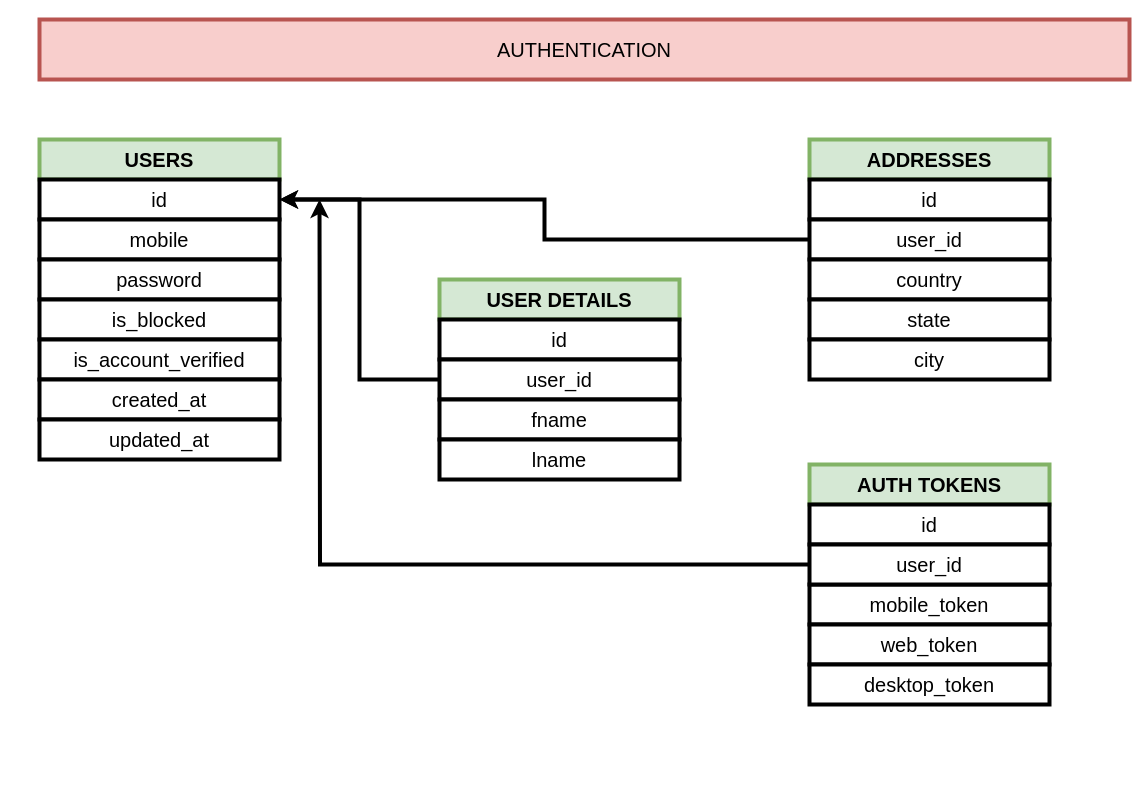
devjayantmalik/chatting-web keeps this draw.io diagram as page "Auth Schema" (1 of 4) of diagrams/chatting.drawio. Above is the earlier version. Source tidied: cells renumbered, new cells numbered last; positions are measured from the earlier drawing's top-left corner, leaving out a move shared by most shapes. Both pictures are drawn from the tidied source at 100%, with x=0, y=0 at pixel (39, 19).
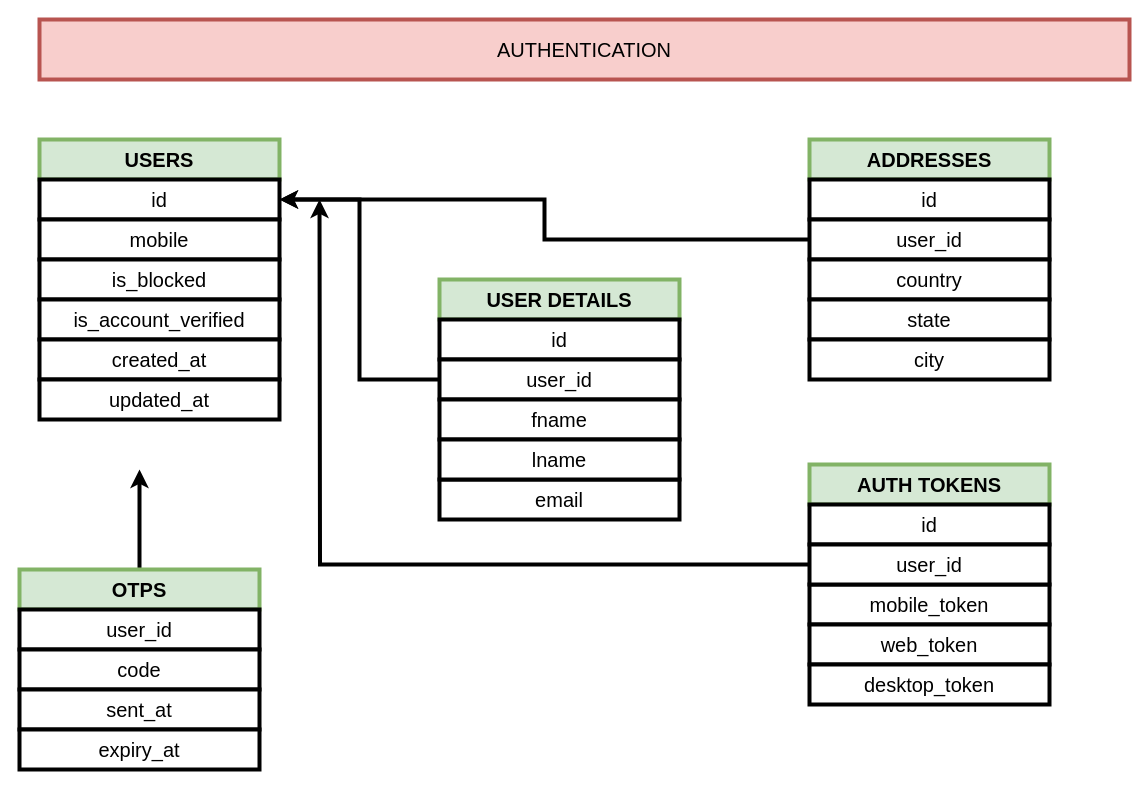
The same page after the edit.

What changed in the source:
```diff
@@
-    <mxCell id="5" value="password" style="rounded=0;whiteSpace=wrap;html=1;strokeWidth=4;fontSize=20;" parent="1" vertex="1">
-      <mxGeometry y="240" width="240" height="40" as="geometry" />
+    <mxCell id="5" value="email" style="rounded=0;whiteSpace=wrap;html=1;strokeWidth=4;fontSize=20;" parent="1" vertex="1">
+      <mxGeometry x="400" y="460" width="240" height="40" as="geometry" />
     </mxCell>
     <mxCell id="6" value="is_blocked" style="rounded=0;whiteSpace=wrap;html=1;strokeWidth=4;fontSize=20;" parent="1" vertex="1">
-      <mxGeometry y="280" width="240" height="40" as="geometry" />
+      <mxGeometry y="240" width="240" height="40" as="geometry" />
     </mxCell>
     <mxCell id="7" value="is_account_verified" style="rounded=0;whiteSpace=wrap;html=1;strokeWidth=4;fontSize=20;" parent="1" vertex="1">
-      <mxGeometry y="320" width="240" height="40" as="geometry" />
+      <mxGeometry y="280" width="240" height="40" as="geometry" />
     </mxCell>
@@
     <mxCell id="14" value="created_at" style="rounded=0;whiteSpace=wrap;html=1;strokeWidth=4;fontSize=20;" parent="1" vertex="1">
-      <mxGeometry y="360" width="240" height="40" as="geometry" />
+      <mxGeometry y="320" width="240" height="40" as="geometry" />
     </mxCell>
     <mxCell id="15" value="updated_at" style="rounded=0;whiteSpace=wrap;html=1;strokeWidth=4;fontSize=20;" parent="1" vertex="1">
-      <mxGeometry y="400" width="240" height="40" as="geometry" />
+      <mxGeometry y="360" width="240" height="40" as="geometry" />
     </mxCell>
@@
+    <mxCell id="31" style="edgeStyle=orthogonalEdgeStyle;rounded=0;jettySize=auto;html=1;strokeWidth=4;fontSize=20;" parent="1" edge="1" source="32">
+      <mxGeometry relative="1" as="geometry">
+        <mxPoint x="100" y="450" as="targetPoint" />
+      </mxGeometry>
+    </mxCell>
+    <mxCell id="32" value="OTPS" style="rounded=0;whiteSpace=wrap;html=1;strokeWidth=4;fillColor=#d5e8d4;strokeColor=#82b366;fontSize=20;fontStyle=1;" parent="1" vertex="1">
+      <mxGeometry x="-20" y="550" width="240" height="40" as="geometry" />
+    </mxCell>
+    <mxCell id="33" value="user_id" style="rounded=0;whiteSpace=wrap;html=1;strokeWidth=4;fontSize=20;" parent="1" vertex="1">
+      <mxGeometry x="-20" y="590" width="240" height="40" as="geometry" />
+    </mxCell>
+    <mxCell id="34" value="code" style="rounded=0;whiteSpace=wrap;html=1;strokeWidth=4;fontSize=20;" parent="1" vertex="1">
+      <mxGeometry x="-20" y="630" width="240" height="40" as="geometry" />
+    </mxCell>
+    <mxCell id="35" value="sent_at" style="rounded=0;whiteSpace=wrap;html=1;strokeWidth=4;fontSize=20;" parent="1" vertex="1">
+      <mxGeometry x="-20" y="670" width="240" height="40" as="geometry" />
+    </mxCell>
+    <mxCell id="36" value="expiry_at" style="rounded=0;whiteSpace=wrap;html=1;strokeWidth=4;fontSize=20;" parent="1" vertex="1">
+      <mxGeometry x="-20" y="710" width="240" height="40" as="geometry" />
+    </mxCell>
```
